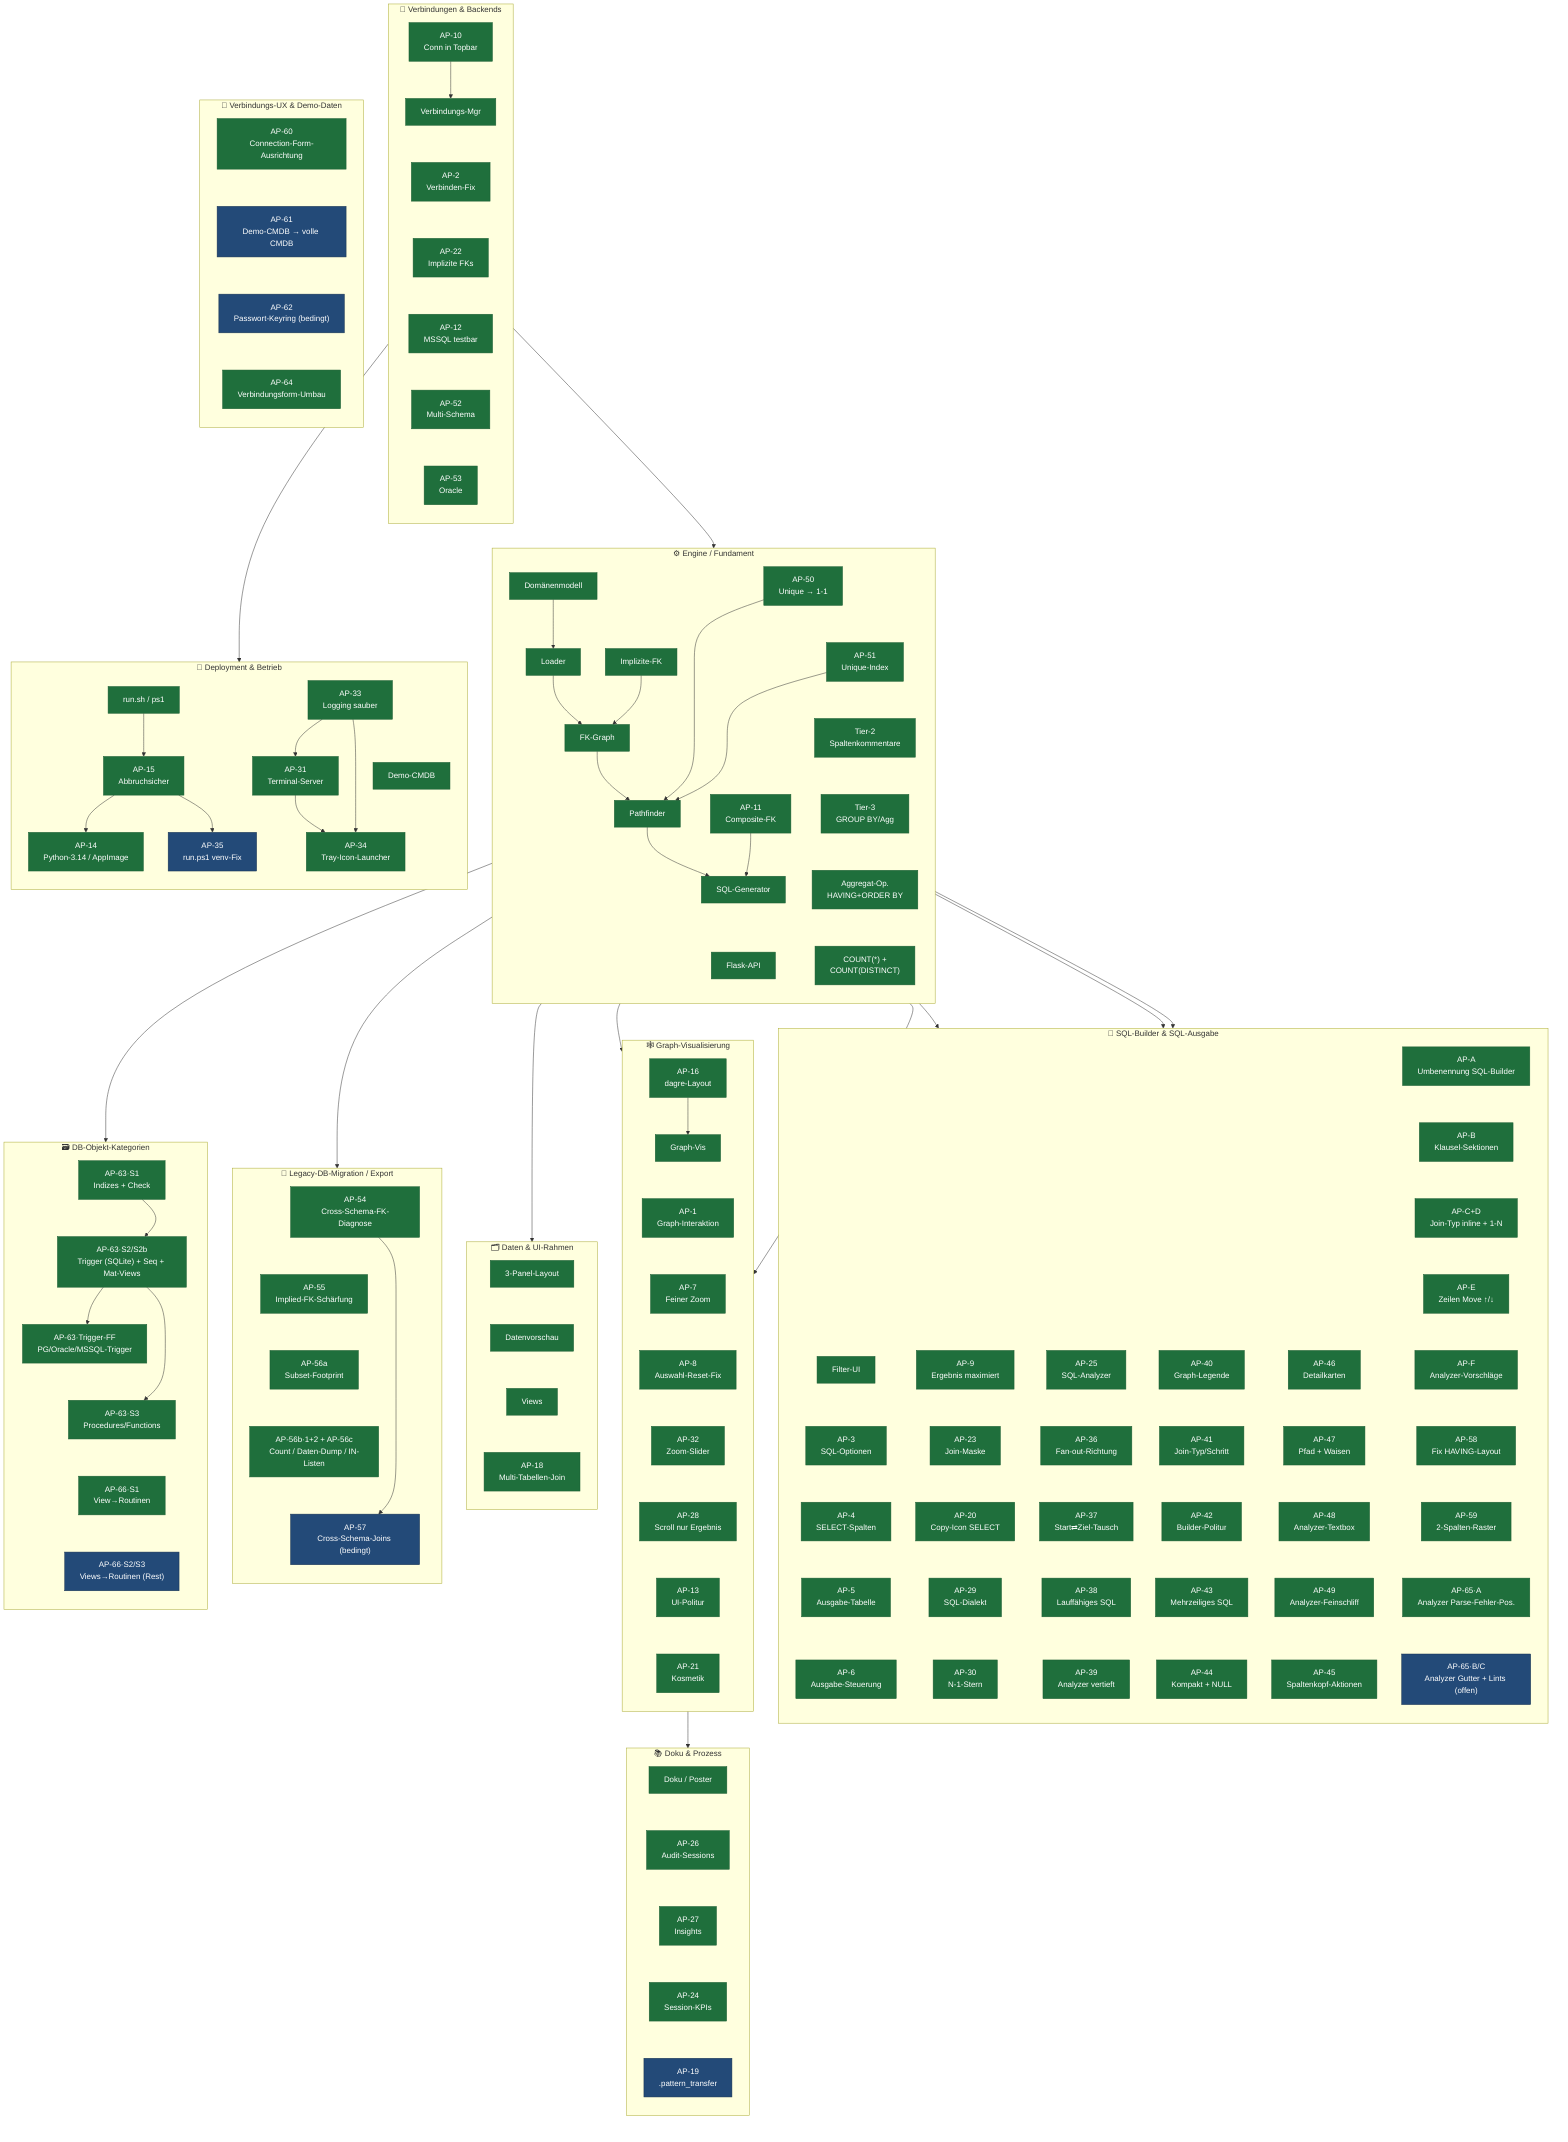
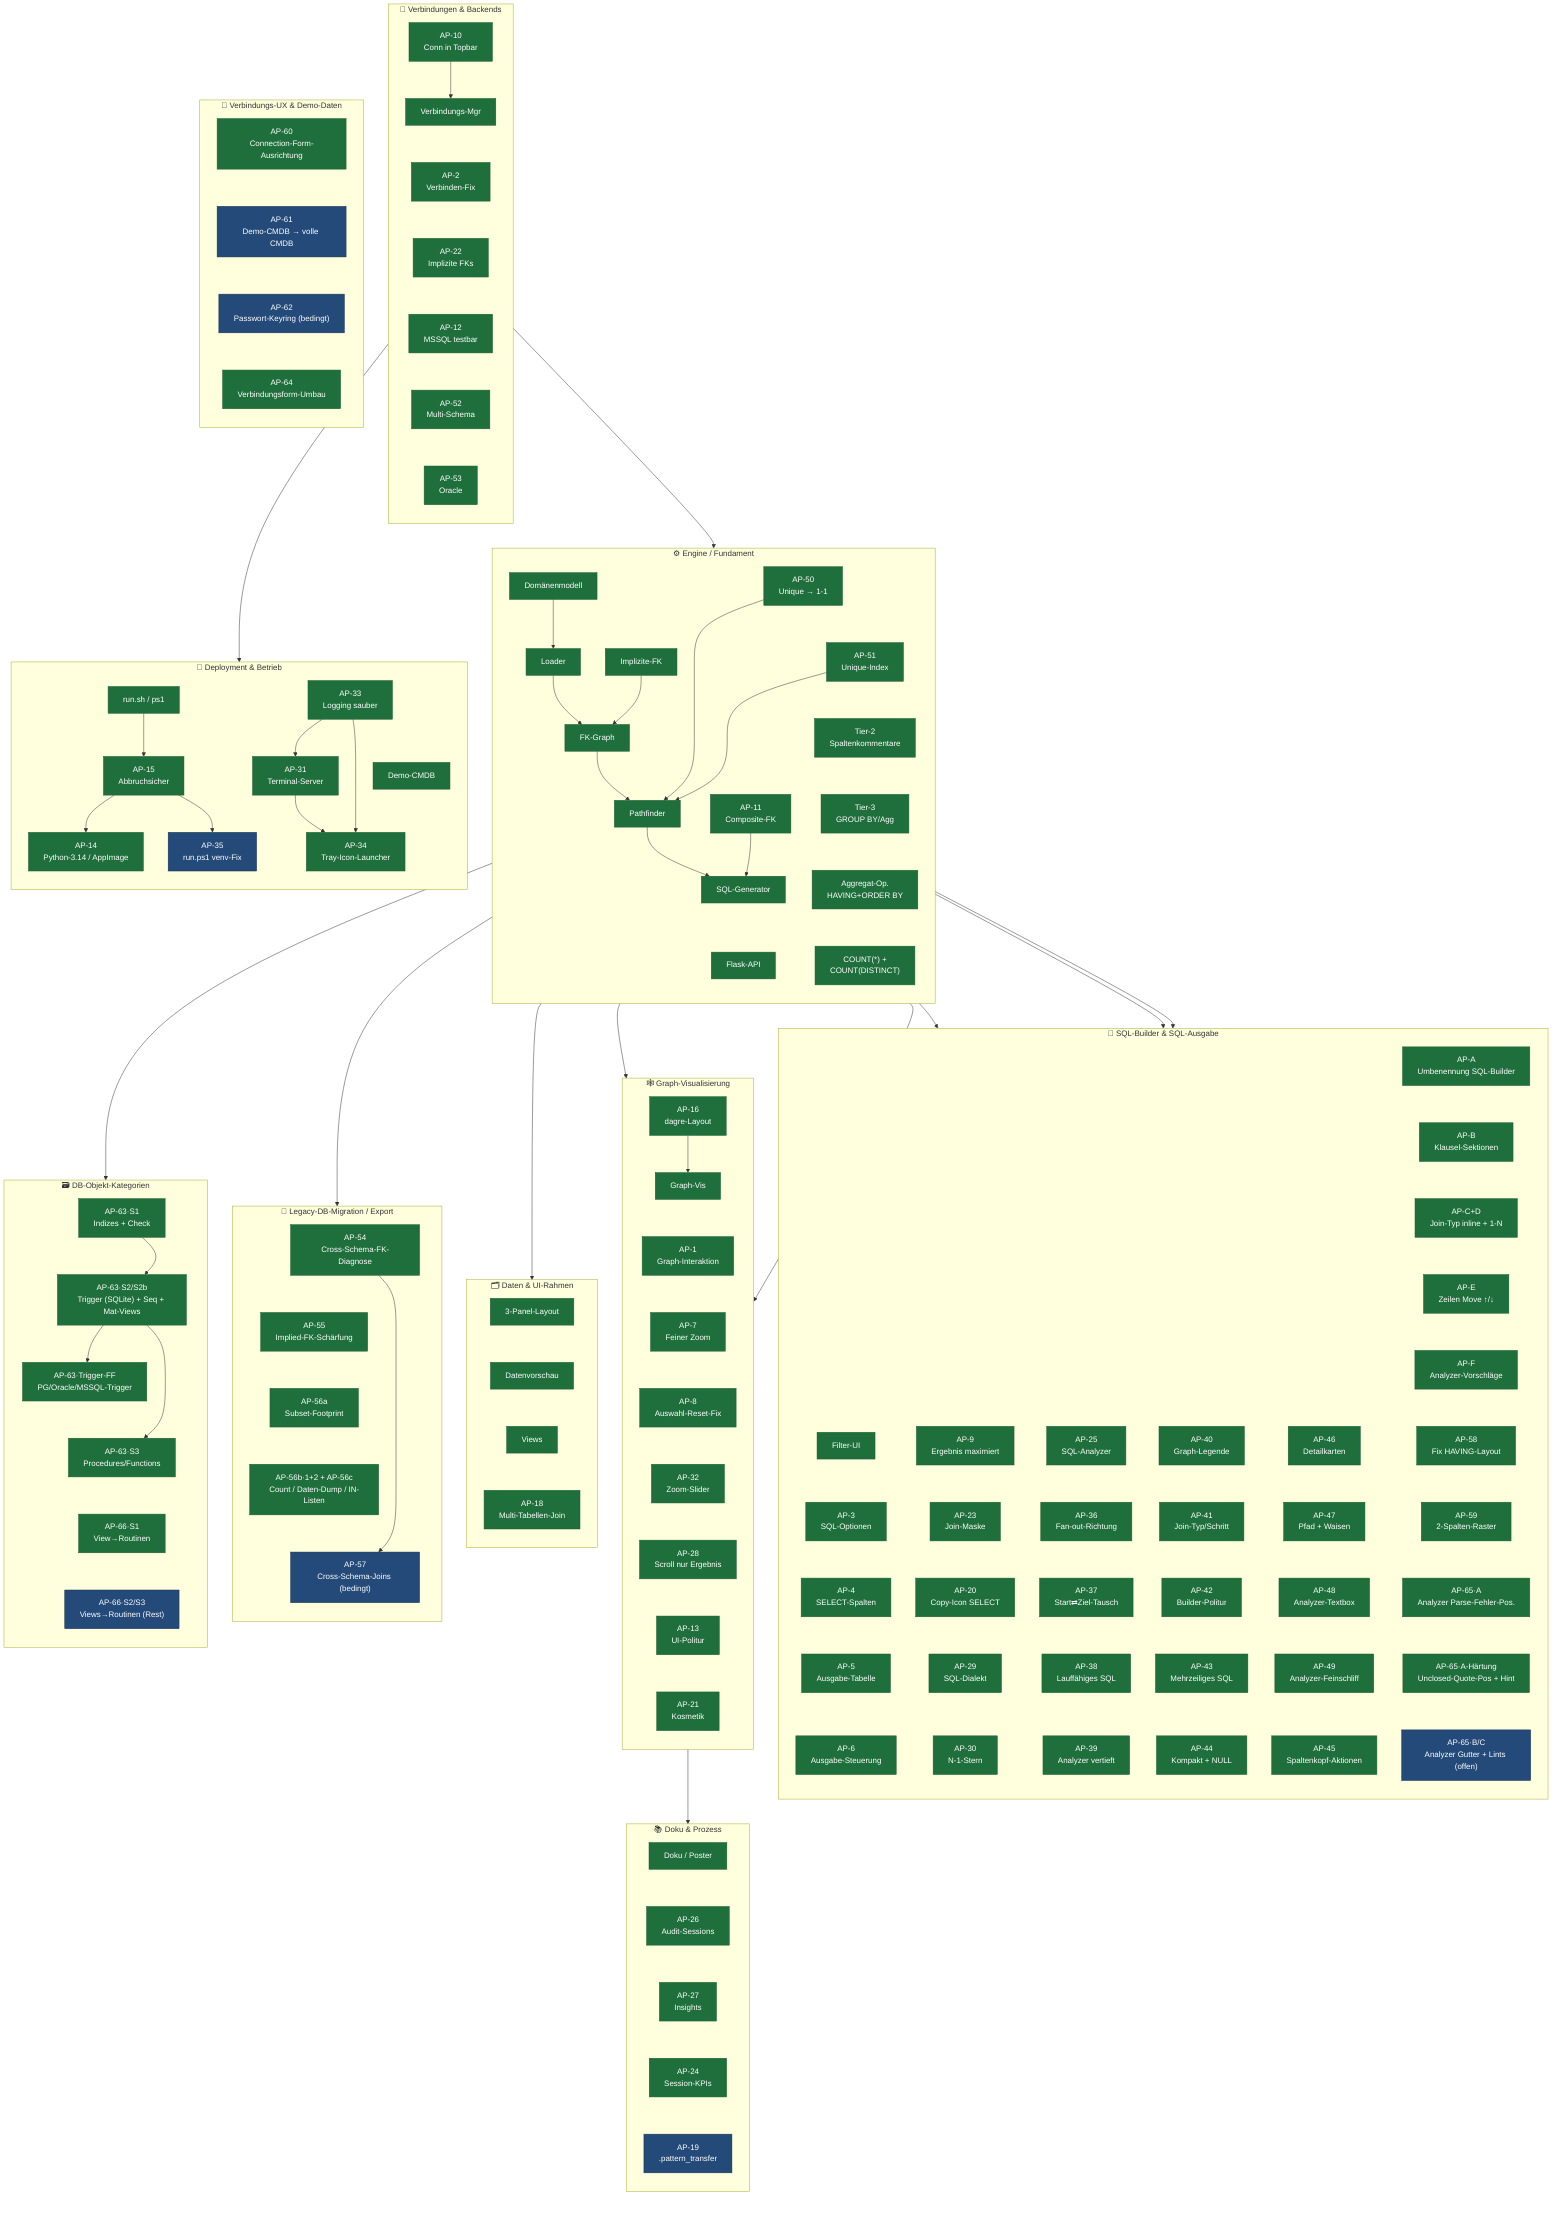
flowchart TB
    classDef done fill:#1f6f3c,color:#fff,stroke:#1a5c32,stroke-width:1px
    classDef plan fill:#234a78,color:#fff,stroke:#16314f,stroke-width:1px

    %% ── C1 · Engine / Fundament ──────────────────────────────────────────
    subgraph C1["⚙️  Engine / Fundament"]
        direction TB
        E1["Domänenmodell"]
        E2["Loader"]
        E3["FK-Graph"]
        E4["Pathfinder"]
        E5["SQL-Generator"]
        E6["Flask-API"]
        E7["AP-11\nComposite-FK"]
        E8["Implizite-FK"]
        E9["AP-50\nUnique → 1-1"]
        E10["AP-51\nUnique-Index"]
        E11["Tier-2\nSpaltenkommentare"]
        E12["Tier-3\nGROUP BY/Agg"]
        E13["Aggregat-Op.\nHAVING+ORDER BY"]
        E14["COUNT(*) +\nCOUNT(DISTINCT)"]
        E1 --> E2 --> E3 --> E4 --> E5
        E7 --> E5
        E8 --> E3
        E9 --> E4
        E10 --> E4
        E5 ~~~ E6
        E9 ~~~ E10
        E10 ~~~ E11
        E11 ~~~ E12
        E12 ~~~ E13
        E13 ~~~ E14
    end

    %% ── C2 · Verbindungen & Backends ─────────────────────────────────────
    subgraph C2["🔌  Verbindungen & Backends"]
        direction TB
        V1["Verbindungs-Mgr"]
        V2["AP-2\nVerbinden-Fix"]
        V3["AP-10\nConn in Topbar"]
        V4["AP-12\nMSSQL testbar"]
        V5["AP-22\nImplizite FKs"]
        V6["AP-52\nMulti-Schema"]
        V7["AP-53\nOracle"]
        V3 --> V1
        V1 ~~~ V2 ~~~ V5 ~~~ V4 ~~~ V6 ~~~ V7
    end

    %% ── C3 · SQL-Builder & SQL-Ausgabe ──────────────────────────────────
    subgraph C3["🧩  SQL-Builder & SQL-Ausgabe"]
        direction TB
        J1["Filter-UI"]
        J2["AP-3\nSQL-Optionen"]
        J3["AP-4\nSELECT-Spalten"]
        J4["AP-5\nAusgabe-Tabelle"]
        J5["AP-6\nAusgabe-Steuerung"]
        J6["AP-9\nErgebnis maximiert"]
        J7["AP-23\nJoin-Maske"]
        J8["AP-20\nCopy-Icon SELECT"]
        J9["AP-29\nSQL-Dialekt"]
        J10["AP-30\nN-1-Stern"]
        J11["AP-25\nSQL-Analyzer"]
        J12["AP-36\nFan-out-Richtung"]
        J13["AP-37\nStart⇄Ziel-Tausch"]
        J14["AP-38\nLauffähiges SQL"]
        J15["AP-39\nAnalyzer vertieft"]
        J16["AP-40\nGraph-Legende"]
        J17["AP-41\nJoin-Typ/Schritt"]
        J18["AP-42\nBuilder-Politur"]
        J19["AP-43\nMehrzeiliges SQL"]
        J20["AP-44\nKompakt + NULL"]
        J21["AP-46\nDetailkarten"]
        J22["AP-47\nPfad + Waisen"]
        J23["AP-48\nAnalyzer-Textbox"]
        J24["AP-49\nAnalyzer-Feinschliff"]
        J25["AP-45\nSpaltenkopf-Aktionen"]
        J26["AP-A\nUmbenennung SQL-Builder"]
        J27["AP-B\nKlausel-Sektionen"]
        J28["AP-C+D\nJoin-Typ inline + 1-N"]
        J29["AP-E\nZeilen Move ↑/↓"]
        J30["AP-F\nAnalyzer-Vorschläge"]
        J31["AP-58\nFix HAVING-Layout"]
        J32["AP-59\n2-Spalten-Raster"]
        J33["AP-65·A\nAnalyzer Parse-Fehler-Pos."]
+         J35["AP-65·A-Härtung\nUnclosed-Quote-Pos + Hint"]
        J34["AP-65·B/C\nAnalyzer Gutter + Lints (offen)"]
        %% In 5 parallele Spalten gepackt (statt einer 25-Boxen-Säule) → kompaktes Gitter
        J1 ~~~ J2 ~~~ J3 ~~~ J4 ~~~ J5
        J6 ~~~ J7 ~~~ J8 ~~~ J9 ~~~ J10
        J11 ~~~ J12 ~~~ J13 ~~~ J14 ~~~ J15
        J16 ~~~ J17 ~~~ J18 ~~~ J19 ~~~ J20
        J21 ~~~ J22 ~~~ J23 ~~~ J24 ~~~ J25
-         J26 ~~~ J27 ~~~ J28 ~~~ J29 ~~~ J30 ~~~ J31 ~~~ J32 ~~~ J33 ~~~ J34
+         J26 ~~~ J27 ~~~ J28 ~~~ J29 ~~~ J30 ~~~ J31 ~~~ J32 ~~~ J33 ~~~ J35 ~~~ J34
    end

    %% ── C4 · Graph-Visualisierung ────────────────────────────────────────
    subgraph C4["🕸️  Graph-Visualisierung"]
        direction TB
        G1["Graph-Vis"]
        G2["AP-1\nGraph-Interaktion"]
        G3["AP-7\nFeiner Zoom"]
        G4["AP-8\nAuswahl-Reset-Fix"]
        G5["AP-16\ndagre-Layout"]
        G6["AP-32\nZoom-Slider"]
        G7["AP-28\nScroll nur Ergebnis"]
        G8["AP-13\nUI-Politur"]
        G9["AP-21\nKosmetik"]
        G5 --> G1
        G1 ~~~ G2 ~~~ G3 ~~~ G4 ~~~ G6 ~~~ G7 ~~~ G8 ~~~ G9
    end

    %% ── C5 · Daten & UI-Rahmen ───────────────────────────────────────────
    subgraph C5["🗂️  Daten & UI-Rahmen"]
        direction TB
        D1["3-Panel-Layout"]
        D2["Datenvorschau"]
        D3["Views"]
        D4["AP-18\nMulti-Tabellen-Join"]
        D1 ~~~ D2 ~~~ D3 ~~~ D4
    end

    %% ── C6 · Deployment & Betrieb ────────────────────────────────────────
    subgraph C6["🚀  Deployment & Betrieb"]
        direction TB
        B1["Demo-CMDB"]
        B2["run.sh / ps1"]
        B3["AP-15\nAbbruchsicher"]
        B4["AP-14\nPython-3.14 / AppImage"]
        B5["AP-35\nrun.ps1 venv-Fix"]
        B7["AP-31\nTerminal-Server"]
        B8["AP-33\nLogging sauber"]
        B9["AP-34\nTray-Icon-Launcher"]
        B2 --> B3
        B3 --> B4
        B3 --> B5
        B8 --> B7
        B7 --> B9
        B8 --> B9
        B1 ~~~ B9
    end

    %% ── C7 · Doku & Prozess ──────────────────────────────────────────────
    subgraph C7["📚  Doku & Prozess"]
        direction TB
        K1["Doku / Poster"]
        K2["AP-26\nAudit-Sessions"]
        K3["AP-27\nInsights"]
        K5["AP-24\nSession-KPIs"]
        K4["AP-19\n.pattern_transfer"]
        K1 ~~~ K2 ~~~ K3 ~~~ K5 ~~~ K4
    end

    %% ── C8 · Legacy-DB-Migration / Export (geplant) ──────────────────────
    subgraph C8["🧬  Legacy-DB-Migration / Export"]
        direction TB
        M1["AP-54\nCross-Schema-FK-Diagnose"]
        M2["AP-55\nImplied-FK-Schärfung"]
        M3["AP-56a\nSubset-Footprint"]
        M3b["AP-56b·1+2 + AP-56c\nCount / Daten-Dump / IN-Listen"]
        M4["AP-57\nCross-Schema-Joins (bedingt)"]
        M1 ~~~ M2 ~~~ M3 ~~~ M3b ~~~ M4
    end

    %% ── C9 · DB-Objekt-Kategorien (geplant) ──────────────────────────────
    subgraph C9["🗃️  DB-Objekt-Kategorien"]
        direction TB
        O1["AP-63·S1\nIndizes + Check"]
        O2["AP-63·S2/S2b\nTrigger (SQLite) + Seq + Mat-Views"]
        O2b["AP-63·Trigger-FF\nPG/Oracle/MSSQL-Trigger"]
        O3["AP-63·S3\nProcedures/Functions"]
        O4["AP-66·S1\nView→Routinen"]
        O4b["AP-66·S2/S3\nViews→Routinen (Rest)"]
        O1 ~~~ O2 ~~~ O2b ~~~ O3 ~~~ O4 ~~~ O4b
    end

    %% ── C10 · Verbindungs-UX & Demo-Daten (geplant) ──────────────────────
    subgraph C10["🔧  Verbindungs-UX & Demo-Daten"]
        direction TB
        P1["AP-60\nConnection-Form-Ausrichtung"]
        P2["AP-61\nDemo-CMDB → volle CMDB"]
        P3["AP-62\nPasswort-Keyring (bedingt)"]
        P4["AP-64\nVerbindungsform-Umbau"]
        P1 ~~~ P2 ~~~ P3 ~~~ P4
    end

    %% ── Cluster-übergreifende Abhängigkeiten ─────────────────────────────
    V1 --> E2
    M1 --> M4
    E2 --> M1
    E2 --> O1
    O1 --> O2 --> O2b
    O2 --> O3
    E5 --> J1
    E5 --> J9
    E5 --> J11
    E4 --> G2
    E3 --> G1
    E6 --> D1
    V4 --> B7
    G5 --> K2

    class E1,E2,E3,E4,E5,E6,E7,E8,E9,E10,E11,E12,E13,E14 done
    class V1,V2,V3,V4,V5,V6,V7 done
-     class J1,J2,J3,J4,J5,J6,J7,J8,J9,J10,J11,J12,J13,J14,J15,J16,J17,J18,J19,J20,J21,J22,J23,J24,J25,J26,J27,J28,J29,J30,J31,J32,J33 done
+     class J1,J2,J3,J4,J5,J6,J7,J8,J9,J10,J11,J12,J13,J14,J15,J16,J17,J18,J19,J20,J21,J22,J23,J24,J25,J26,J27,J28,J29,J30,J31,J32,J33,J35 done
    class G1,G2,G3,G4,G5,G6,G7,G8,G9 done
    class D1,D2,D3,D4 done
    class B1,B2,B3,B4,B7,B8,B9 done
    class B5 plan
    class K1,K2,K3,K5 done
    class K4 plan
    class M3,M3b done
    class M4 plan
    class M2 done
    class M1 done
    class O1,O2,O2b,O3,O4 done
    class O4b plan
    class P2,P3 plan
    class P1,P4 done
    class J34 plan
